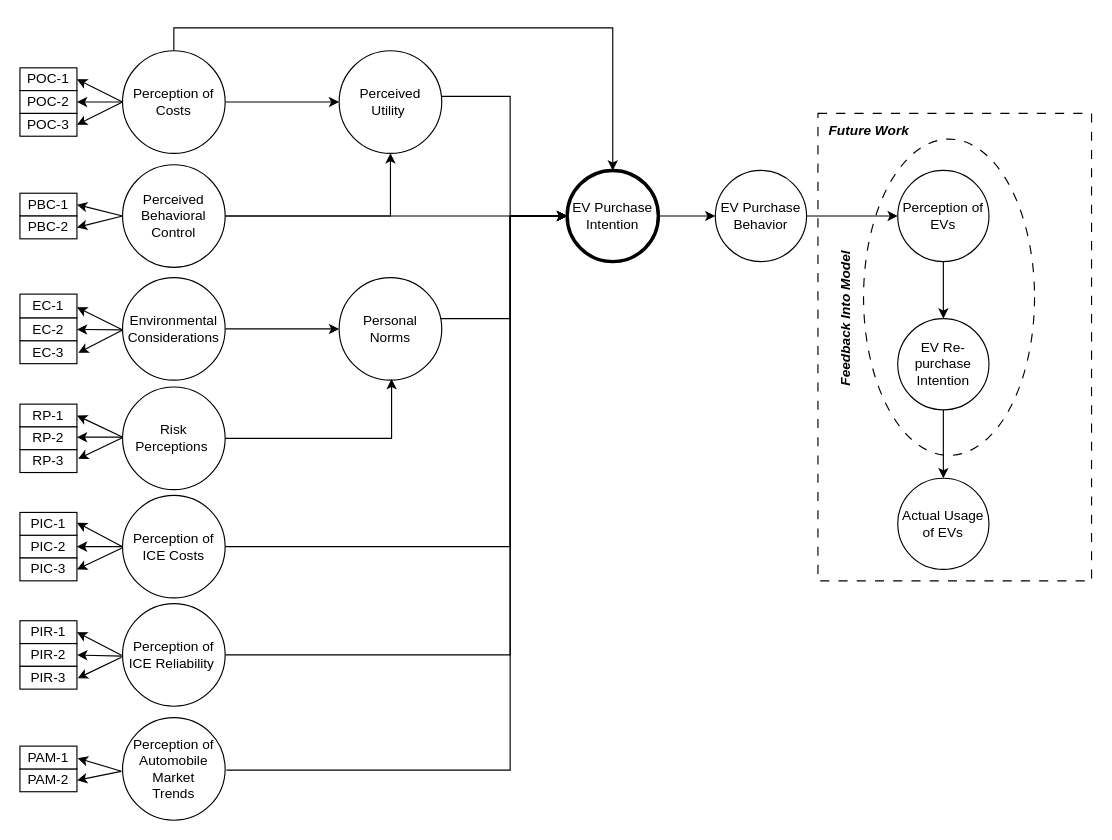
The draw.io diagram page "Copy of Page-1" (2 of 2) of final_path_diagram.drawio in ChullEPG/taxi-survey, before the edit. Source tidied: cells renumbered, new cells numbered last; positions are measured from the earlier drawing's top-left corner, leaving out a move shared by most shapes. Both pictures are drawn from the tidied source at 114%, with x=0, y=0 at pixel (19, 50).
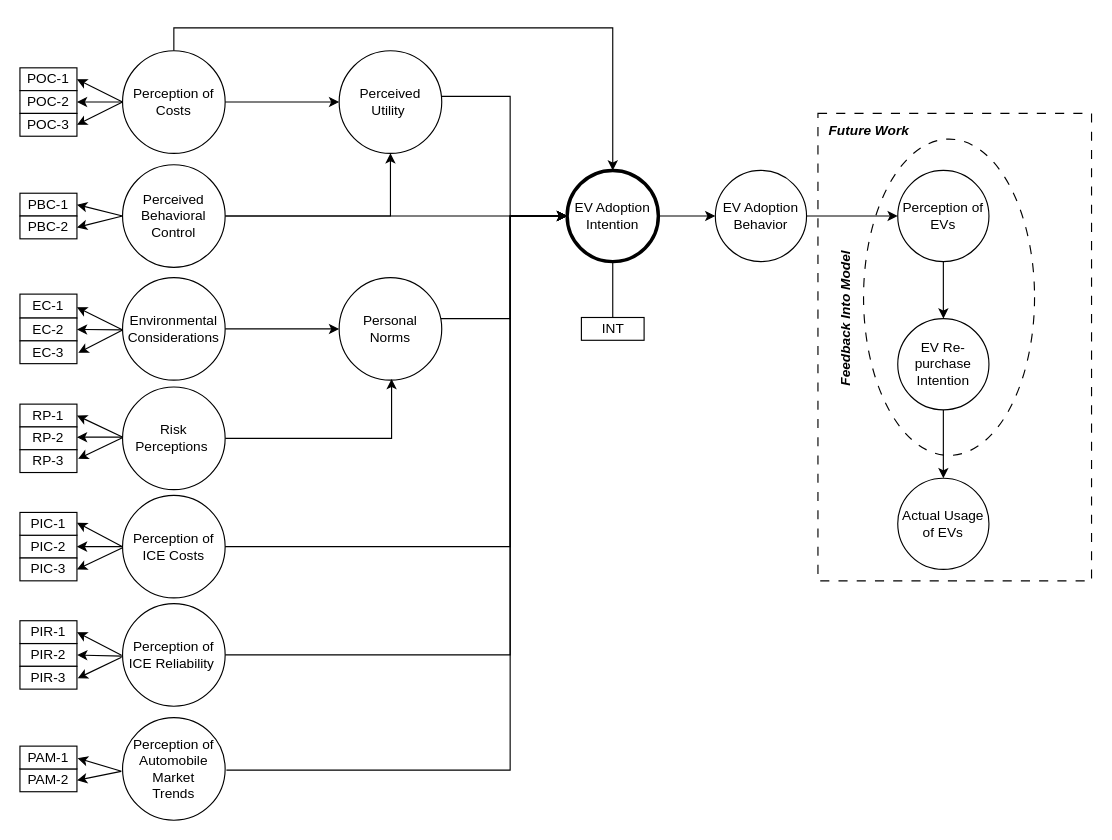
The same page after the edit.

Change to the diagram source:
```diff
@@
-    <mxCell id="11" value="EV Purchase Intention" style="ellipse;whiteSpace=wrap;html=1;strokeWidth=3;" parent="1" vertex="1">
+    <mxCell id="11" value="EV Adoption Intention" style="ellipse;whiteSpace=wrap;html=1;strokeWidth=3;" parent="1" vertex="1">
       <mxGeometry x="480" y="105" width="80" height="80" as="geometry" />
     </mxCell>
@@
-    <mxCell id="65" value="EV Purchase Behavior" style="ellipse;whiteSpace=wrap;html=1;" parent="1" vertex="1">
+    <mxCell id="65" value="EV Adoption Behavior" style="ellipse;whiteSpace=wrap;html=1;" parent="1" vertex="1">
       <mxGeometry x="610" y="105" width="80" height="80" as="geometry" />
     </mxCell>
@@
+    <mxCell id="73" style="endArrow=classic;html=1;rounded=0;exitX=0.5;exitY=1;exitDx=0;exitDy=0;entryX=0.5;entryY=1;entryDx=0;entryDy=0;" parent="1" edge="1" target="74">
+      <mxGeometry relative="1" as="geometry">
+        <mxPoint x="520" y="185" as="sourcePoint" />
+      </mxGeometry>
+    </mxCell>
+    <mxCell id="74" value="INT" style="rounded=0;whiteSpace=wrap;html=1;" parent="1" vertex="1">
+      <mxGeometry x="492.5" y="234" width="55" height="20" as="geometry" />
+    </mxCell>
```
